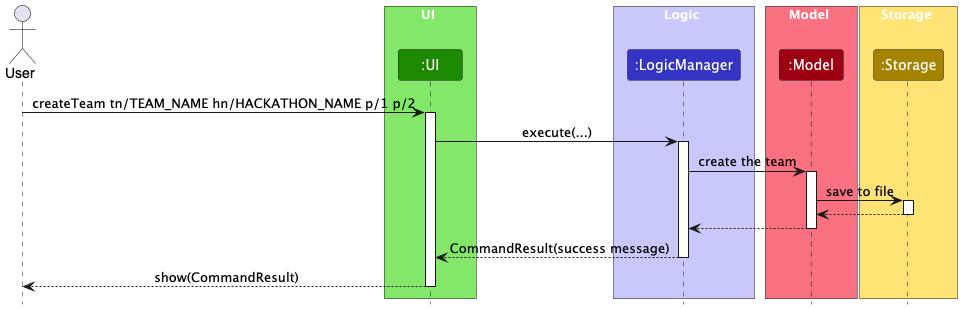
Earlier version of the PlantUML export docs/images/CreateTeamSequenceDiagram.png (AY2526S1-CS2103T-F08b-2/tp).
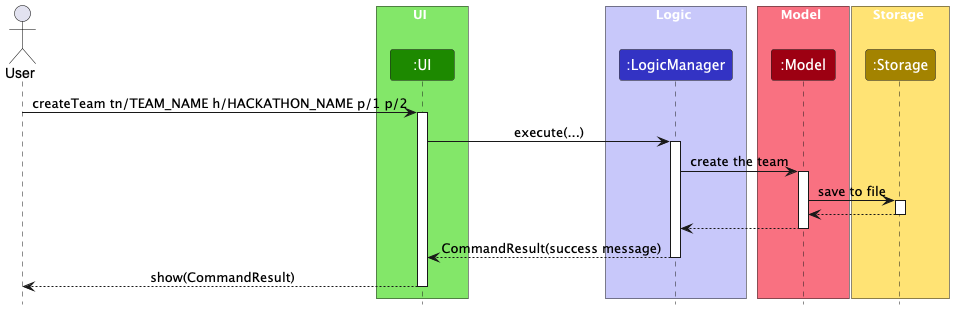
The same diagram one commit later.

Change to the diagram source:
```diff
@@ -20,7 +20,7 @@
 participant ":Storage" as Storage STORAGE_COLOR
 end box
 
-User -> UI : createTeam tn/TEAM_NAME hn/HACKATHON_NAME p/1 p/2
+User -> UI : createTeam tn/TEAM_NAME h/HACKATHON_NAME p/1 p/2
 activate UI
 
 UI -> LogicManager : execute(...)
```
